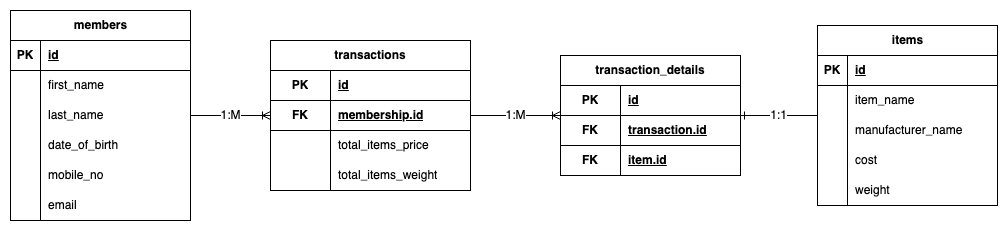
This is databases/er-diagram.png from jeffgorithm/data-engineer-tech-challenge-submission, a draw.io export, as it was before one commit. Source tidied: cells renumbered, new cells last; positions are measured from the earlier drawing's top-left corner, leaving out a move shared by most shapes.
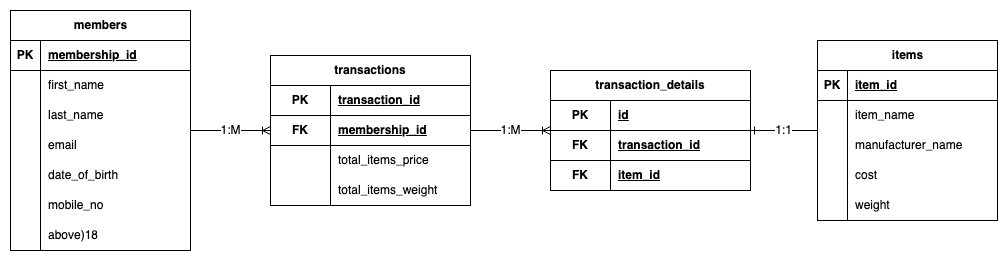
After the change.

Commit message:
Added ml notebook, mod erd, mod readme for charts

What changed in the source:
```diff
@@ -11,7 +11,7 @@
     <mxCell id="4" value="PK" style="shape=partialRectangle;fillColor=none;top=0;left=0;bottom=0;right=0;fontStyle=1;overflow=hidden;whiteSpace=wrap;html=1;" parent="3" vertex="1">
       <mxGeometry width="30" height="30" as="geometry" />
     </mxCell>
-    <mxCell id="5" value="id" style="shape=partialRectangle;fillColor=none;top=0;left=0;bottom=0;right=0;align=left;spacingLeft=6;fontStyle=5;overflow=hidden;whiteSpace=wrap;html=1;" parent="3" vertex="1">
+    <mxCell id="5" value="item_id" style="shape=partialRectangle;fillColor=none;top=0;left=0;bottom=0;right=0;align=left;spacingLeft=6;fontStyle=5;overflow=hidden;whiteSpace=wrap;html=1;" parent="3" vertex="1">
       <mxGeometry x="30" width="150" height="30" as="geometry" />
     </mxCell>
     <mxCell id="6" style="shape=tableRow;horizontal=0;startSize=0;swimlaneHead=0;swimlaneBody=0;fillColor=none;top=0;left=0;right=0;bottom=0;" parent="2" vertex="1">
@@ -59,7 +59,7 @@
     <mxCell id="20" value="PK" style="shape=partialRectangle;fillColor=none;top=0;left=0;bottom=0;right=0;fontStyle=1;overflow=hidden;html=1;whiteSpace=wrap;" parent="19" vertex="1">
       <mxGeometry width="60" height="30" as="geometry" />
     </mxCell>
-    <mxCell id="21" value="id" style="shape=partialRectangle;fillColor=none;top=0;left=0;bottom=0;right=0;align=left;spacingLeft=6;fontStyle=5;overflow=hidden;html=1;whiteSpace=wrap;" parent="19" vertex="1">
+    <mxCell id="21" value="transaction_id" style="shape=partialRectangle;fillColor=none;top=0;left=0;bottom=0;right=0;align=left;spacingLeft=6;fontStyle=5;overflow=hidden;html=1;whiteSpace=wrap;" parent="19" vertex="1">
       <mxGeometry x="60" width="140" height="30" as="geometry" />
     </mxCell>
     <mxCell id="22" style="shape=tableRow;horizontal=0;startSize=0;swimlaneHead=0;swimlaneBody=0;fillColor=none;top=0;left=0;right=0;bottom=1;html=1;" parent="18" vertex="1">
@@ -68,7 +68,7 @@
     <mxCell id="23" value="FK" style="shape=partialRectangle;fillColor=none;top=0;left=0;bottom=0;right=0;fontStyle=1;overflow=hidden;html=1;whiteSpace=wrap;" parent="22" vertex="1">
       <mxGeometry width="60" height="30" as="geometry" />
     </mxCell>
-    <mxCell id="24" value="membership.id" style="shape=partialRectangle;fillColor=none;top=0;left=0;bottom=0;right=0;align=left;spacingLeft=6;fontStyle=5;overflow=hidden;html=1;whiteSpace=wrap;" parent="22" vertex="1">
+    <mxCell id="24" value="membership_id" style="shape=partialRectangle;fillColor=none;top=0;left=0;bottom=0;right=0;align=left;spacingLeft=6;fontStyle=5;overflow=hidden;html=1;whiteSpace=wrap;" parent="22" vertex="1">
       <mxGeometry x="60" width="140" height="30" as="geometry" />
     </mxCell>
     <mxCell id="25" style="shape=tableRow;horizontal=0;startSize=0;swimlaneHead=0;swimlaneBody=0;fillColor=none;top=0;left=0;right=0;bottom=0;html=1;" parent="18" vertex="1">
@@ -90,7 +90,7 @@
       <mxGeometry x="60" width="140" height="30" as="geometry" />
     </mxCell>
     <mxCell id="31" value="members" style="shape=table;startSize=30;rowLines=0;fontStyle=1;align=center;html=1;" parent="1" vertex="1">
-      <mxGeometry width="180" height="210" as="geometry" />
+      <mxGeometry y="-15" width="180" height="240" as="geometry" />
     </mxCell>
     <mxCell id="32" style="shape=tableRow;horizontal=0;startSize=0;swimlaneHead=0;swimlaneBody=0;fillColor=none;top=0;left=0;right=0;bottom=1;" parent="31" vertex="1">
       <mxGeometry y="30" width="180" height="30" as="geometry" />
@@ -98,7 +98,7 @@
     <mxCell id="33" value="PK" style="shape=partialRectangle;fillColor=none;top=0;left=0;bottom=0;right=0;fontStyle=1;overflow=hidden;whiteSpace=wrap;html=1;" parent="32" vertex="1">
       <mxGeometry width="30" height="30" as="geometry" />
     </mxCell>
-    <mxCell id="34" value="id" style="shape=partialRectangle;fillColor=none;top=0;left=0;bottom=0;right=0;align=left;spacingLeft=6;fontStyle=5;overflow=hidden;whiteSpace=wrap;html=1;" parent="32" vertex="1">
+    <mxCell id="34" value="membership_id" style="shape=partialRectangle;fillColor=none;top=0;left=0;bottom=0;right=0;align=left;spacingLeft=6;fontStyle=5;overflow=hidden;whiteSpace=wrap;html=1;" parent="32" vertex="1">
       <mxGeometry x="30" width="150" height="30" as="geometry" />
     </mxCell>
     <mxCell id="35" style="shape=tableRow;horizontal=0;startSize=0;swimlaneHead=0;swimlaneBody=0;fillColor=none;top=0;left=0;right=0;bottom=0;" parent="31" vertex="1">
@@ -119,8 +119,17 @@
     <mxCell id="40" value="last_name" style="shape=partialRectangle;fillColor=none;top=0;left=0;bottom=0;right=0;align=left;spacingLeft=6;overflow=hidden;whiteSpace=wrap;html=1;" parent="38" vertex="1">
       <mxGeometry x="30" width="150" height="30" as="geometry" />
     </mxCell>
+    <mxCell id="63" style="shape=tableRow;horizontal=0;startSize=0;swimlaneHead=0;swimlaneBody=0;fillColor=none;top=0;left=0;right=0;bottom=0;" parent="31" vertex="1">
+      <mxGeometry y="120" width="180" height="30" as="geometry" />
+    </mxCell>
+    <mxCell id="64" style="shape=partialRectangle;fillColor=none;top=0;left=0;bottom=0;right=0;overflow=hidden;whiteSpace=wrap;html=1;" parent="63" vertex="1">
+      <mxGeometry width="30" height="30" as="geometry" />
+    </mxCell>
+    <mxCell id="65" value="email" style="shape=partialRectangle;fillColor=none;top=0;left=0;bottom=0;right=0;align=left;spacingLeft=6;overflow=hidden;whiteSpace=wrap;html=1;" parent="63" vertex="1">
+      <mxGeometry x="30" width="150" height="30" as="geometry" />
+    </mxCell>
     <mxCell id="41" style="shape=tableRow;horizontal=0;startSize=0;swimlaneHead=0;swimlaneBody=0;fillColor=none;top=0;left=0;right=0;bottom=0;" parent="31" vertex="1">
-      <mxGeometry y="120" width="180" height="30" as="geometry" />
+      <mxGeometry y="150" width="180" height="30" as="geometry" />
     </mxCell>
     <mxCell id="42" style="shape=partialRectangle;fillColor=none;top=0;left=0;bottom=0;right=0;overflow=hidden;whiteSpace=wrap;html=1;" parent="41" vertex="1">
       <mxGeometry width="30" height="30" as="geometry" />
@@ -129,7 +138,7 @@
       <mxGeometry x="30" width="150" height="30" as="geometry" />
     </mxCell>
     <mxCell id="44" style="shape=tableRow;horizontal=0;startSize=0;swimlaneHead=0;swimlaneBody=0;fillColor=none;top=0;left=0;right=0;bottom=0;" parent="31" vertex="1">
-      <mxGeometry y="150" width="180" height="30" as="geometry" />
+      <mxGeometry y="180" width="180" height="30" as="geometry" />
     </mxCell>
     <mxCell id="45" style="shape=partialRectangle;fillColor=none;top=0;left=0;bottom=0;right=0;overflow=hidden;whiteSpace=wrap;html=1;" parent="44" vertex="1">
       <mxGeometry width="30" height="30" as="geometry" />
@@ -138,46 +147,46 @@
       <mxGeometry x="30" width="150" height="30" as="geometry" />
     </mxCell>
     <mxCell id="47" style="shape=tableRow;horizontal=0;startSize=0;swimlaneHead=0;swimlaneBody=0;fillColor=none;top=0;left=0;right=0;bottom=0;" parent="31" vertex="1">
-      <mxGeometry y="180" width="180" height="30" as="geometry" />
+      <mxGeometry y="210" width="180" height="30" as="geometry" />
     </mxCell>
     <mxCell id="48" style="shape=partialRectangle;fillColor=none;top=0;left=0;bottom=0;right=0;overflow=hidden;whiteSpace=wrap;html=1;" parent="47" vertex="1">
       <mxGeometry width="30" height="30" as="geometry" />
     </mxCell>
-    <mxCell id="49" value="email" style="shape=partialRectangle;fillColor=none;top=0;left=0;bottom=0;right=0;align=left;spacingLeft=6;overflow=hidden;whiteSpace=wrap;html=1;" parent="47" vertex="1">
+    <mxCell id="49" value="above)18" style="shape=partialRectangle;fillColor=none;top=0;left=0;bottom=0;right=0;align=left;spacingLeft=6;overflow=hidden;whiteSpace=wrap;html=1;" parent="47" vertex="1">
       <mxGeometry x="30" width="150" height="30" as="geometry" />
     </mxCell>
     <mxCell id="50" value="1:M" style="edgeStyle=entityRelationEdgeStyle;fontSize=12;html=1;endArrow=ERoneToMany;rounded=0;" parent="1" edge="1" source="31" target="18">
       <mxGeometry relative="1" as="geometry" />
     </mxCell>
     <mxCell id="51" value="transaction_details" style="shape=table;startSize=30;rowLines=0;fontStyle=1;align=center;html=1;whiteSpace=wrap;" parent="1" vertex="1">
-      <mxGeometry x="550" y="45" width="180" height="120" as="geometry" />
+      <mxGeometry x="540" y="45" width="200" height="120" as="geometry" />
     </mxCell>
     <mxCell id="52" style="shape=tableRow;horizontal=0;startSize=0;swimlaneHead=0;swimlaneBody=0;fillColor=none;top=0;left=0;right=0;bottom=1;html=1;" parent="51" vertex="1">
-      <mxGeometry y="30" width="180" height="30" as="geometry" />
+      <mxGeometry y="30" width="200" height="30" as="geometry" />
     </mxCell>
     <mxCell id="53" value="PK" style="shape=partialRectangle;fillColor=none;top=0;left=0;bottom=0;right=0;fontStyle=1;overflow=hidden;html=1;whiteSpace=wrap;" parent="52" vertex="1">
       <mxGeometry width="60" height="30" as="geometry" />
     </mxCell>
     <mxCell id="54" value="id" style="shape=partialRectangle;fillColor=none;top=0;left=0;bottom=0;right=0;align=left;spacingLeft=6;fontStyle=5;overflow=hidden;html=1;whiteSpace=wrap;" parent="52" vertex="1">
-      <mxGeometry x="60" width="120" height="30" as="geometry" />
+      <mxGeometry x="60" width="140" height="30" as="geometry" />
     </mxCell>
     <mxCell id="55" style="shape=tableRow;horizontal=0;startSize=0;swimlaneHead=0;swimlaneBody=0;fillColor=none;top=0;left=0;right=0;bottom=1;html=1;" parent="51" vertex="1">
-      <mxGeometry y="60" width="180" height="30" as="geometry" />
+      <mxGeometry y="60" width="200" height="30" as="geometry" />
     </mxCell>
     <mxCell id="56" value="FK" style="shape=partialRectangle;fillColor=none;top=0;left=0;bottom=0;right=0;fontStyle=1;overflow=hidden;html=1;whiteSpace=wrap;" parent="55" vertex="1">
       <mxGeometry width="60" height="30" as="geometry" />
     </mxCell>
-    <mxCell id="57" value="transaction.id" style="shape=partialRectangle;fillColor=none;top=0;left=0;bottom=0;right=0;align=left;spacingLeft=6;fontStyle=5;overflow=hidden;html=1;whiteSpace=wrap;" parent="55" vertex="1">
-      <mxGeometry x="60" width="120" height="30" as="geometry" />
+    <mxCell id="57" value="transaction_id" style="shape=partialRectangle;fillColor=none;top=0;left=0;bottom=0;right=0;align=left;spacingLeft=6;fontStyle=5;overflow=hidden;html=1;whiteSpace=wrap;" parent="55" vertex="1">
+      <mxGeometry x="60" width="140" height="30" as="geometry" />
     </mxCell>
     <mxCell id="58" style="shape=tableRow;horizontal=0;startSize=0;swimlaneHead=0;swimlaneBody=0;fillColor=none;top=0;left=0;right=0;bottom=1;html=1;" parent="51" vertex="1">
-      <mxGeometry y="90" width="180" height="30" as="geometry" />
+      <mxGeometry y="90" width="200" height="30" as="geometry" />
     </mxCell>
     <mxCell id="59" value="FK" style="shape=partialRectangle;fillColor=none;top=0;left=0;bottom=0;right=0;fontStyle=1;overflow=hidden;html=1;whiteSpace=wrap;" parent="58" vertex="1">
       <mxGeometry width="60" height="30" as="geometry" />
     </mxCell>
-    <mxCell id="60" value="item.id" style="shape=partialRectangle;fillColor=none;top=0;left=0;bottom=0;right=0;align=left;spacingLeft=6;fontStyle=5;overflow=hidden;html=1;whiteSpace=wrap;" parent="58" vertex="1">
-      <mxGeometry x="60" width="120" height="30" as="geometry" />
+    <mxCell id="60" value="item_id" style="shape=partialRectangle;fillColor=none;top=0;left=0;bottom=0;right=0;align=left;spacingLeft=6;fontStyle=5;overflow=hidden;html=1;whiteSpace=wrap;" parent="58" vertex="1">
+      <mxGeometry x="60" width="140" height="30" as="geometry" />
     </mxCell>
     <mxCell id="61" value="1:M" style="edgeStyle=entityRelationEdgeStyle;fontSize=12;html=1;endArrow=ERoneToMany;rounded=0;" parent="1" edge="1" source="18" target="51">
       <mxGeometry relative="1" as="geometry" />
```
